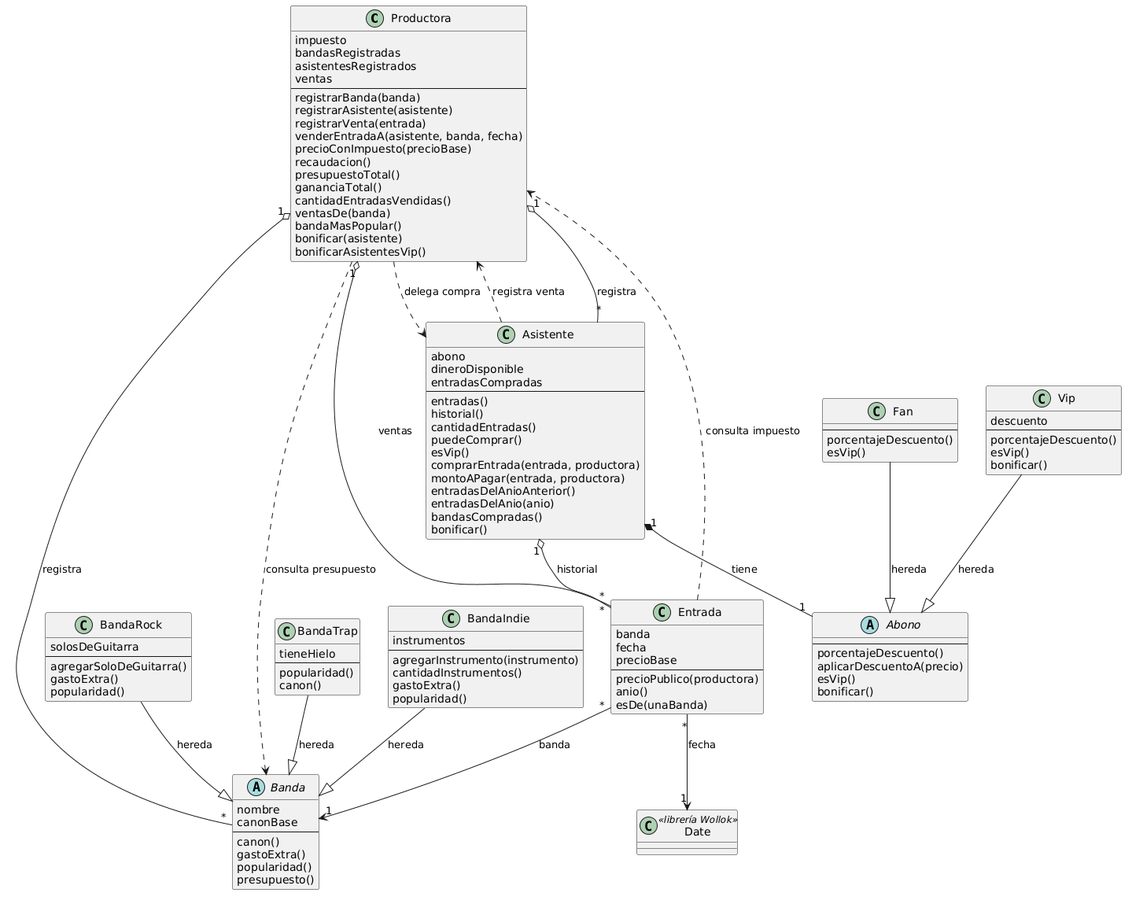
Above: diagrama_solucion_Ignacio_Alvarez.png in alvarezig/PDEP-Entertainment (PlantUML), before the change.
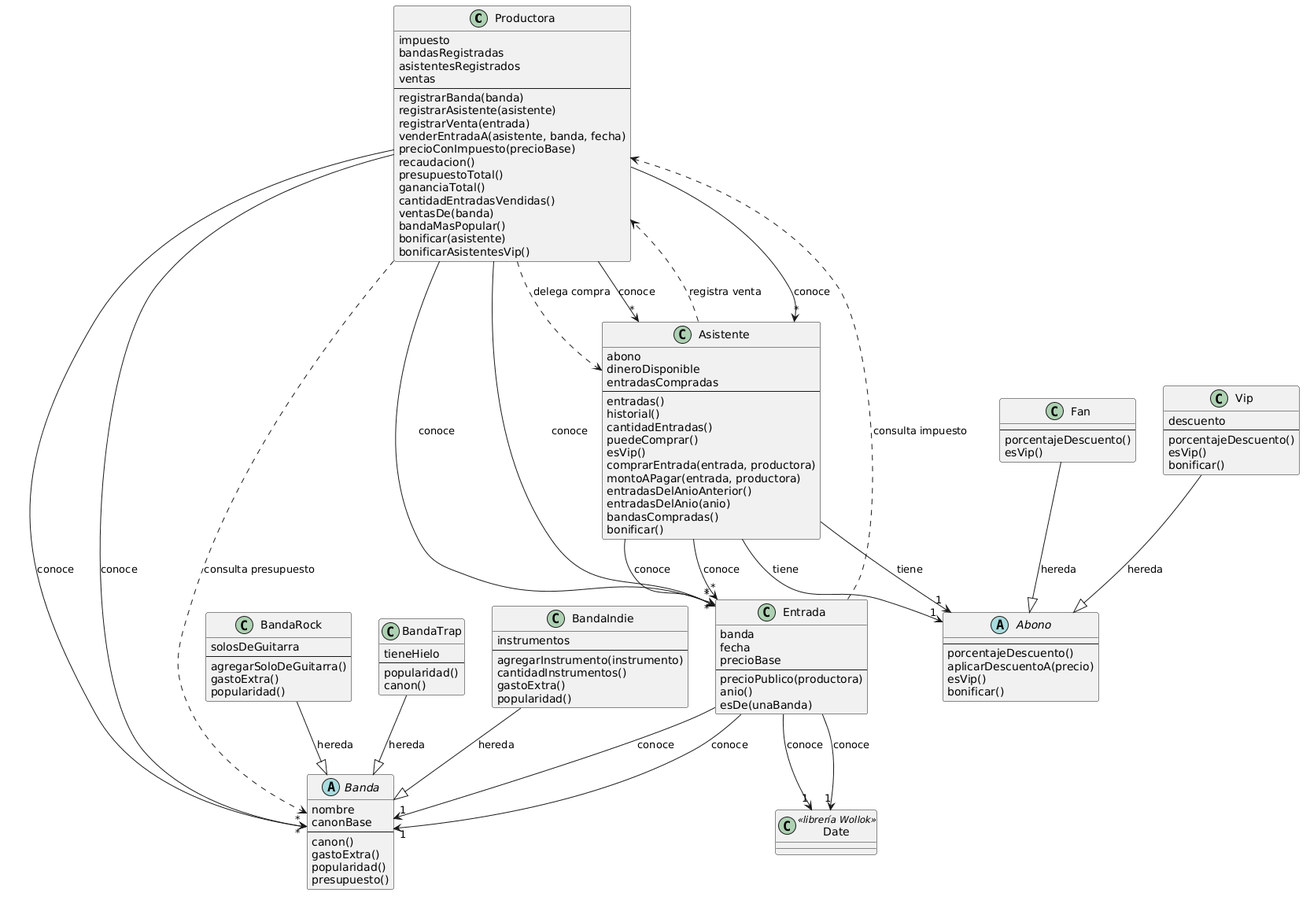
Above is the later version.

Commit message:
Cambio diagrama fix #3

The edit, as a diff of the source:
```diff
@@ -107,14 +107,15 @@
 
 class Date <<librería Wollok>>
 
-Productora "1" o-- "*" Banda : registra
-Productora "1" o-- "*" Asistente : registra
-Productora "1" o-- "*" Entrada : ventas
+Productora --> "*" Banda : conoce
+Productora --> "*" Asistente : conoce
+Productora --> "*" Entrada : conoce
 
-Asistente "1" *-- "1" Abono : tiene
-Asistente "1" o-- "*" Entrada : historial
-Entrada "*" --> "1" Banda : banda
-Entrada "*" --> "1" Date : fecha
+Asistente --> "1" Abono : tiene
+Asistente --> "*" Entrada : conoce
+
+Entrada --> "1" Banda : conoce
+Entrada --> "1" Date : conoce
 
 BandaRock --|> Banda : hereda
 BandaTrap --|> Banda : hereda
@@ -127,4 +128,14 @@
 Productora ..> Asistente : delega compra
 Productora ..> Banda : consulta presupuesto
 
+Productora --> "*" Banda : conoce
+Productora --> "*" Asistente : conoce
+Productora --> "*" Entrada : conoce
+
+Asistente --> "1" Abono : tiene
+Asistente --> "*" Entrada : conoce
+
+Entrada --> "1" Banda : conoce
+Entrada --> "1" Date : conoce
+
 @enduml
```
